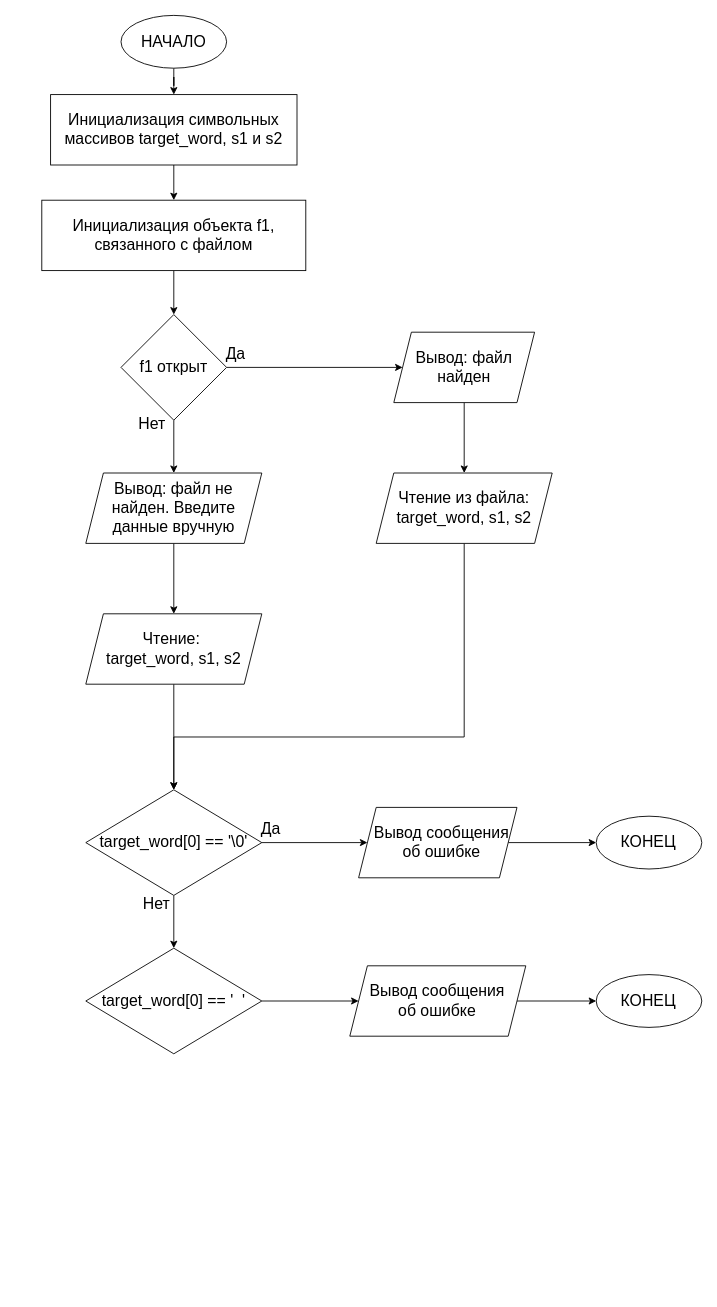
Earlier version of the draw.io diagram lr3.2/text/Диаграмма без названия.drawio (eldarbr/silver-funicular). Source tidied: cells renumbered, new cells numbered last; positions are measured from the earlier drawing's top-left corner, leaving out a move shared by most shapes. Both pictures are drawn from the tidied source at 88%, with x=0, y=0 at pixel (41, 15).
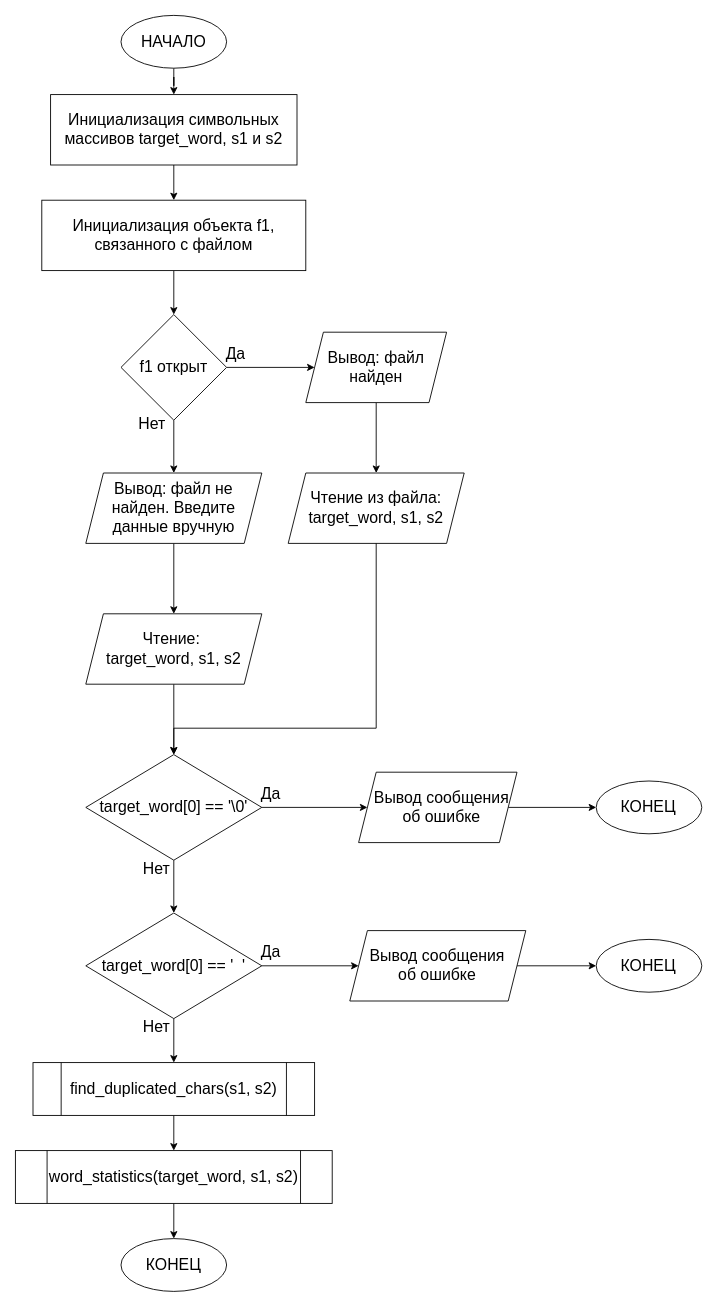
The same page after the edit.

Commit message (it also covers changes not shown here):
майн кампф

What changed in the source:
```diff
@@
     <mxCell id="12" value="Вывод: файл найден" style="shape=parallelogram;perimeter=parallelogramPerimeter;whiteSpace=wrap;html=1;fixedSize=1;fontSize=18;" parent="1" vertex="1">
-      <mxGeometry x="400" y="360" width="160" height="80" as="geometry" />
+      <mxGeometry x="300" y="360" width="160" height="80" as="geometry" />
     </mxCell>
@@
-    <mxCell id="14" style="edgeStyle=orthogonalEdgeStyle;rounded=0;jettySize=auto;html=1;entryX=0.5;entryY=0;entryDx=0;entryDy=0;fontSize=18;" parent="1" edge="1" source="15" target="23">
-      <mxGeometry relative="1" as="geometry">
-        <Array as="points">
-          <mxPoint x="480" y="820" />
-          <mxPoint x="150" y="820" />
-        </Array>
-      </mxGeometry>
-    </mxCell>
     <mxCell id="15" value="Чтение из файла:&lt;br&gt;target_word, s1, s2" style="shape=parallelogram;perimeter=parallelogramPerimeter;whiteSpace=wrap;html=1;fixedSize=1;fontSize=18;" parent="1" vertex="1">
-      <mxGeometry x="380" y="520" width="200" height="80" as="geometry" />
+      <mxGeometry x="280" y="520" width="200" height="80" as="geometry" />
     </mxCell>
@@
     <mxCell id="23" value="target_word[0] == '\0'" style="rhombus;whiteSpace=wrap;html=1;fontSize=18;" parent="1" vertex="1">
-      <mxGeometry x="50" y="880" width="200" height="120" as="geometry" />
+      <mxGeometry x="50" y="840" width="200" height="120" as="geometry" />
     </mxCell>
@@
     <mxCell id="25" value="Вывод сообщения об ошибке" style="shape=parallelogram;perimeter=parallelogramPerimeter;whiteSpace=wrap;html=1;fixedSize=1;fontSize=18;spacingLeft=9;" parent="1" vertex="1">
-      <mxGeometry x="360" y="900" width="180" height="80" as="geometry" />
+      <mxGeometry x="360" y="860" width="180" height="80" as="geometry" />
     </mxCell>
     <mxCell id="26" value="Да" style="text;html=1;align=center;verticalAlign=middle;strokeColor=none;fillColor=none;fontSize=18;" parent="1" vertex="1">
-      <mxGeometry x="240" y="910" width="40" height="30" as="geometry" />
+      <mxGeometry x="240" y="870" width="40" height="30" as="geometry" />
     </mxCell>
     <mxCell id="27" value="КОНЕЦ" style="ellipse;whiteSpace=wrap;html=1;fontSize=18;spacingLeft=-1;" parent="1" vertex="1">
-      <mxGeometry x="630" y="910" width="120" height="60" as="geometry" />
+      <mxGeometry x="630" y="870" width="120" height="60" as="geometry" />
     </mxCell>
@@
+    <mxCell id="34" style="edgeStyle=orthogonalEdgeStyle;rounded=0;jettySize=auto;html=1;fontSize=18;entryX=0.5;entryY=0;entryDx=0;entryDy=0;" parent="1" edge="1" source="29" target="37">
+      <mxGeometry relative="1" as="geometry" />
+    </mxCell>
     <mxCell id="29" value="target_word[0] == '&amp;nbsp; '" style="rhombus;whiteSpace=wrap;html=1;fontSize=18;" parent="1" vertex="1">
-      <mxGeometry x="50" y="1060" width="200" height="120" as="geometry" />
+      <mxGeometry x="50" y="1020" width="200" height="120" as="geometry" />
     </mxCell>
     <mxCell id="30" value="Нет" style="text;html=1;align=center;verticalAlign=middle;strokeColor=none;fillColor=none;fontSize=18;" parent="1" vertex="1">
-      <mxGeometry x="105" y="995" width="50" height="30" as="geometry" />
+      <mxGeometry x="105" y="955" width="50" height="30" as="geometry" />
     </mxCell>
@@
     <mxCell id="32" value="Вывод сообщения об ошибке" style="shape=parallelogram;perimeter=parallelogramPerimeter;whiteSpace=wrap;html=1;fixedSize=1;fontSize=18;spacingLeft=10;spacingRight=11;" parent="1" vertex="1">
-      <mxGeometry x="350" y="1080" width="200" height="80" as="geometry" />
+      <mxGeometry x="350" y="1040" width="200" height="80" as="geometry" />
     </mxCell>
     <mxCell id="33" value="КОНЕЦ" style="ellipse;whiteSpace=wrap;html=1;fontSize=18;spacingLeft=10;spacingRight=11;" parent="1" vertex="1">
-      <mxGeometry x="630" y="1090" width="120" height="60" as="geometry" />
+      <mxGeometry x="630" y="1050" width="120" height="60" as="geometry" />
     </mxCell>
+    <mxCell id="35" value="Нет" style="text;html=1;align=center;verticalAlign=middle;strokeColor=none;fillColor=none;fontSize=18;" parent="1" vertex="1">
+      <mxGeometry x="105" y="1135" width="50" height="30" as="geometry" />
+    </mxCell>
+    <mxCell id="36" style="edgeStyle=orthogonalEdgeStyle;rounded=0;jettySize=auto;html=1;entryX=0.5;entryY=0;entryDx=0;entryDy=0;fontSize=18;" parent="1" edge="1" source="37" target="39">
+      <mxGeometry relative="1" as="geometry" />
+    </mxCell>
+    <mxCell id="37" value="find_duplicated_chars(s1, s2)" style="shape=process;whiteSpace=wrap;html=1;backgroundOutline=1;fontSize=18;" parent="1" vertex="1">
+      <mxGeometry x="-10" y="1190" width="320" height="60" as="geometry" />
+    </mxCell>
+    <mxCell id="38" style="edgeStyle=orthogonalEdgeStyle;rounded=0;jettySize=auto;html=1;fontSize=18;" parent="1" edge="1" source="39" target="40">
+      <mxGeometry relative="1" as="geometry" />
+    </mxCell>
+    <mxCell id="39" value="word_statistics(target_word, s1, s2)" style="shape=process;whiteSpace=wrap;html=1;backgroundOutline=1;fontSize=18;" parent="1" vertex="1">
+      <mxGeometry x="-30" y="1290" width="360" height="60" as="geometry" />
+    </mxCell>
+    <mxCell id="40" value="КОНЕЦ" style="ellipse;whiteSpace=wrap;html=1;fontSize=18;" parent="1" vertex="1">
+      <mxGeometry x="90" y="1390" width="120" height="60" as="geometry" />
+    </mxCell>
+    <mxCell id="41" value="Да" style="text;html=1;align=center;verticalAlign=middle;strokeColor=none;fillColor=none;fontSize=18;" parent="1" vertex="1">
+      <mxGeometry x="240" y="1050" width="40" height="30" as="geometry" />
+    </mxCell>
+    <mxCell id="14" style="endArrow=classic;html=1;rounded=0;fontSize=18;exitX=0.5;exitY=1;exitDx=0;exitDy=0;entryX=0.5;entryY=0;entryDx=0;entryDy=0;" parent="1" edge="1" source="15" target="23">
+      <mxGeometry relative="1" as="geometry">
+        <Array as="points">
+          <mxPoint x="380" y="810" />
+          <mxPoint x="150" y="810" />
+        </Array>
+      </mxGeometry>
+    </mxCell>
```
